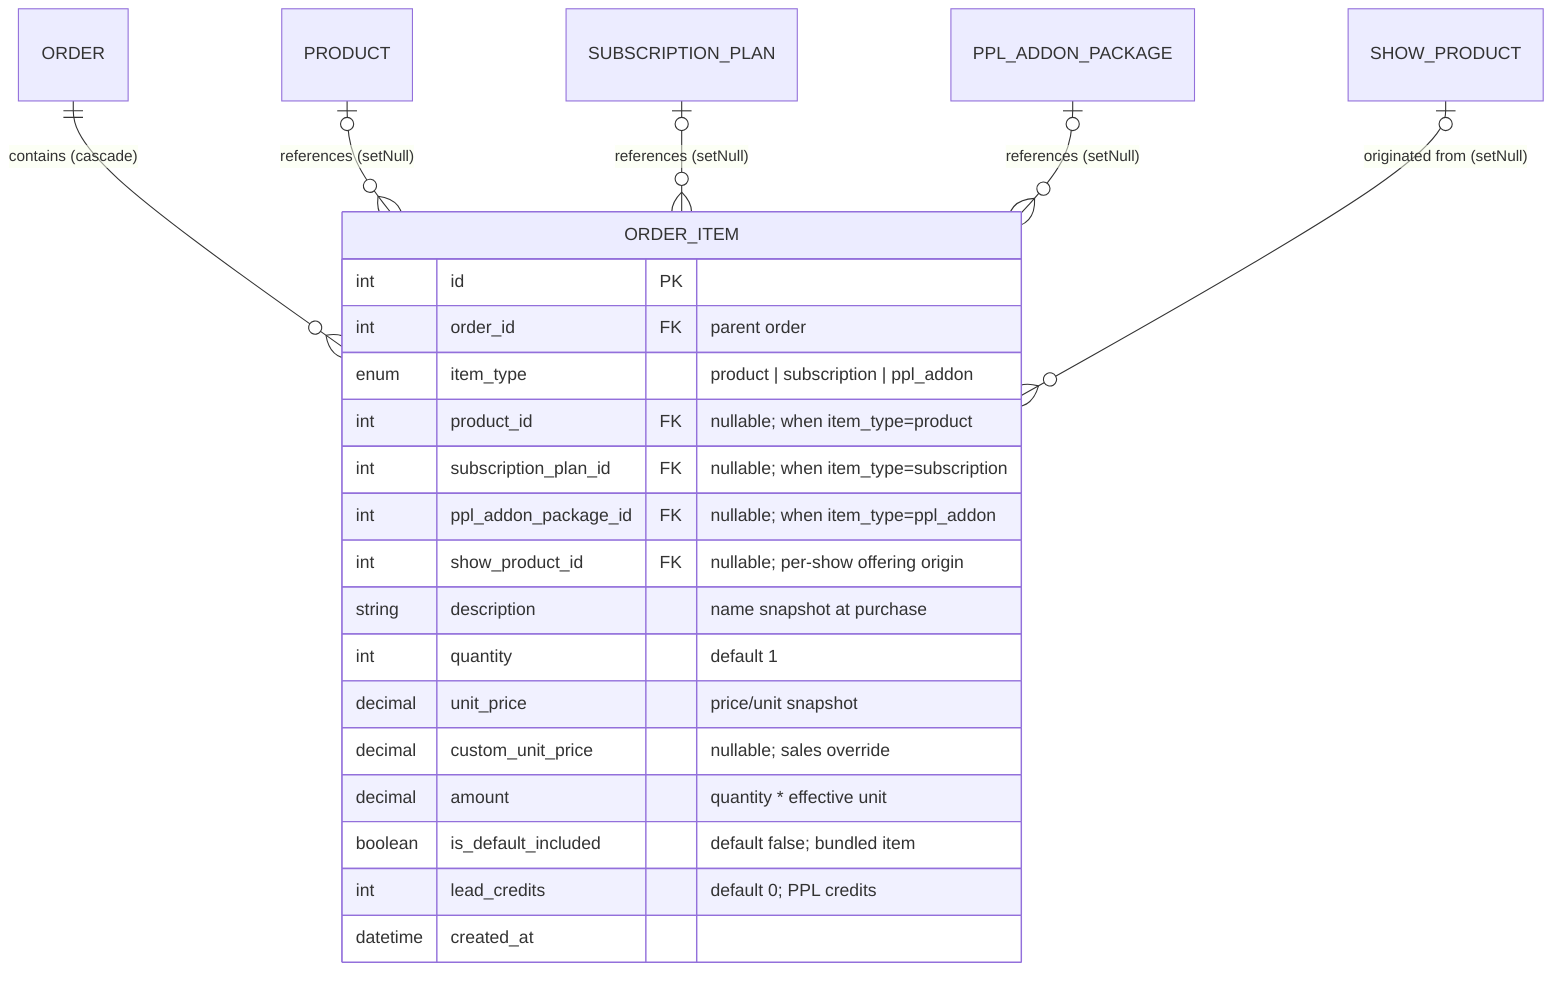
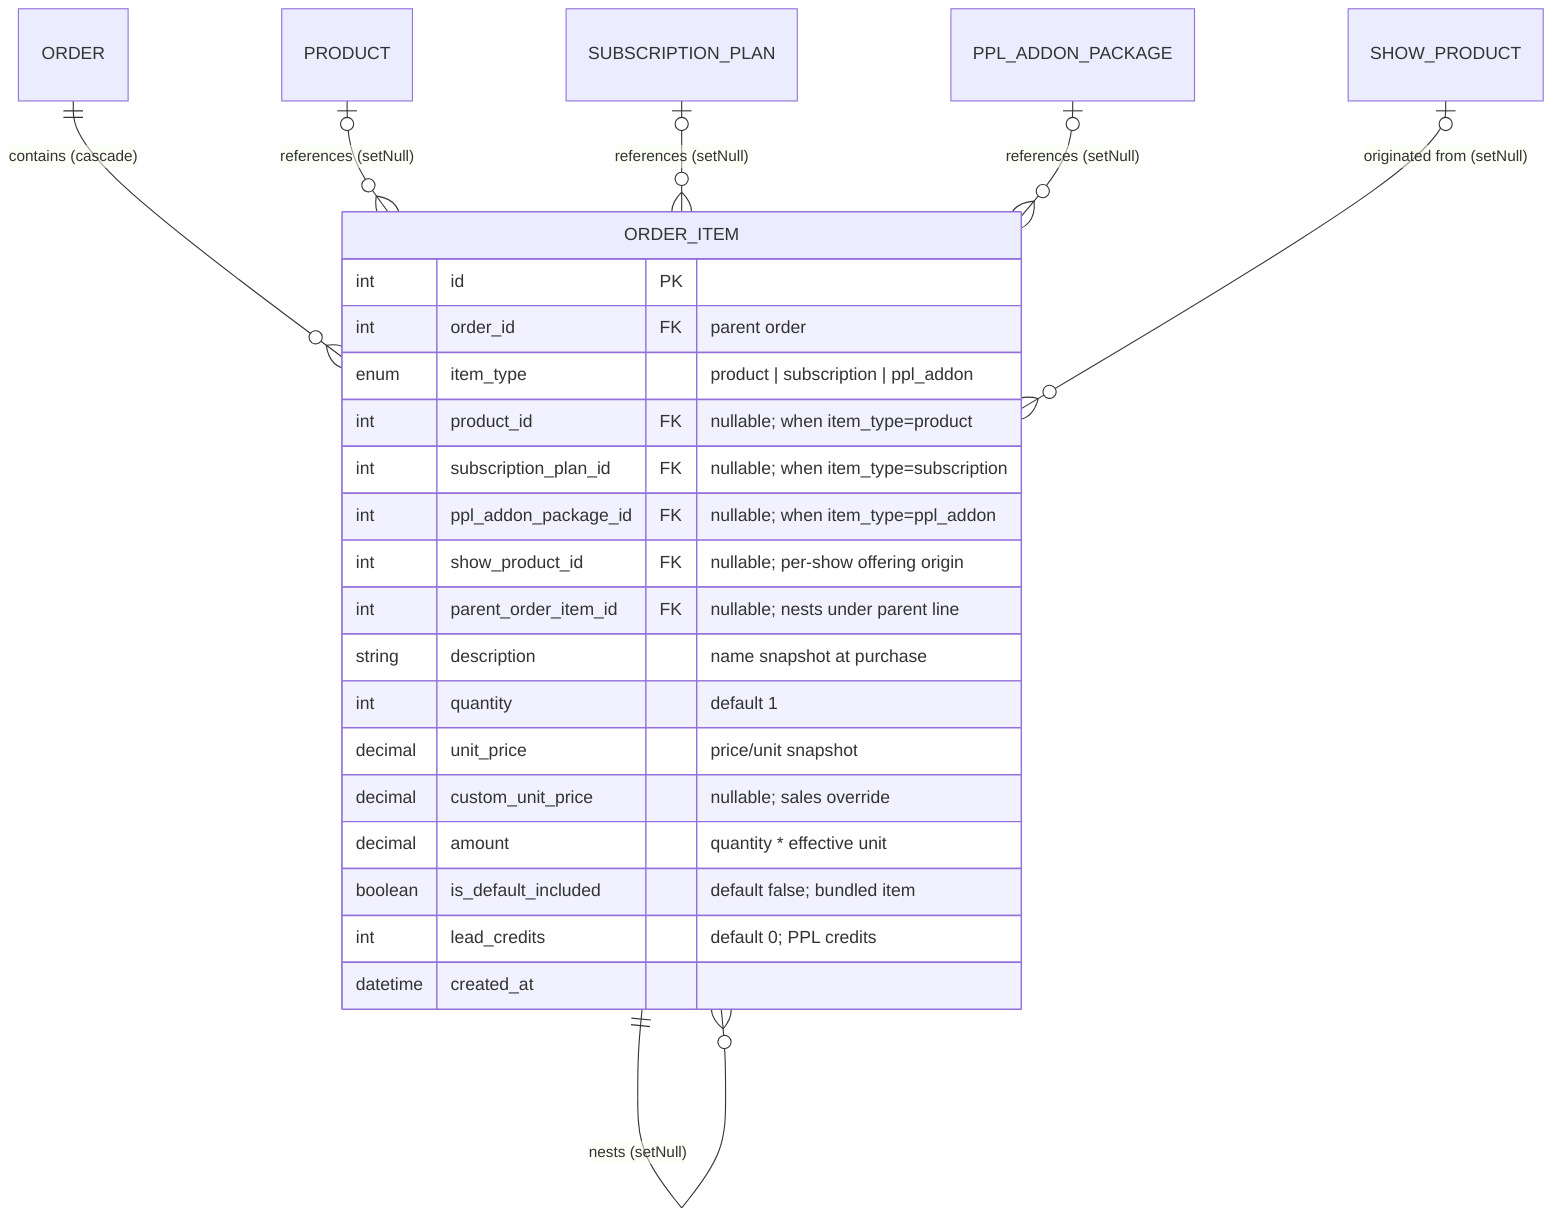
erDiagram
    ORDER             ||--o{ ORDER_ITEM : "contains (cascade)"
    PRODUCT           o|--o{ ORDER_ITEM : "references (setNull)"
    SUBSCRIPTION_PLAN o|--o{ ORDER_ITEM : "references (setNull)"
    PPL_ADDON_PACKAGE o|--o{ ORDER_ITEM : "references (setNull)"
    SHOW_PRODUCT      o|--o{ ORDER_ITEM : "originated from (setNull)"
+     ORDER_ITEM        ||--o{ ORDER_ITEM : "nests (setNull)"

    ORDER_ITEM {
        int id PK
        int order_id FK "parent order"
        enum item_type "product | subscription | ppl_addon"
        int product_id FK "nullable; when item_type=product"
        int subscription_plan_id FK "nullable; when item_type=subscription"
        int ppl_addon_package_id FK "nullable; when item_type=ppl_addon"
        int show_product_id FK "nullable; per-show offering origin"
+         int parent_order_item_id FK "nullable; nests under parent line"
        string description "name snapshot at purchase"
        int quantity "default 1"
        decimal unit_price "price/unit snapshot"
        decimal custom_unit_price "nullable; sales override"
        decimal amount "quantity * effective unit"
        boolean is_default_included "default false; bundled item"
        int lead_credits "default 0; PPL credits"
        datetime created_at
    }
